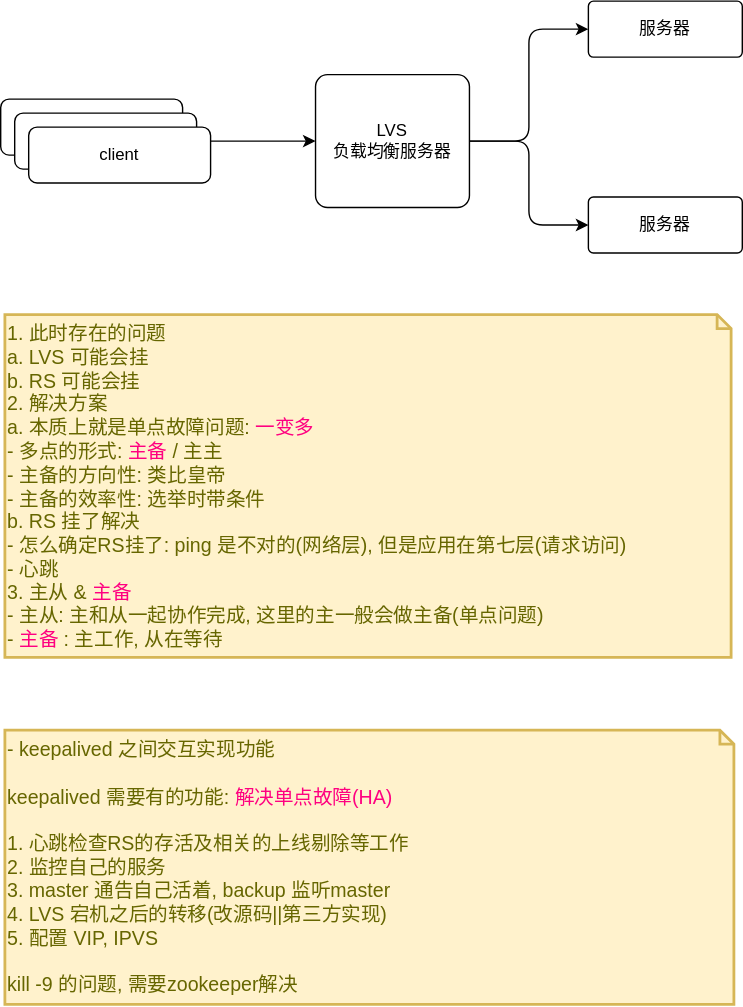
This is diagrams/lb/keepalived/01.overview.svg from Alice52/diagrams, a draw.io export, as it was before one commit. Source tidied: cells renumbered, new cells last; positions are measured from the earlier drawing's top-left corner, leaving out a move shared by most shapes.
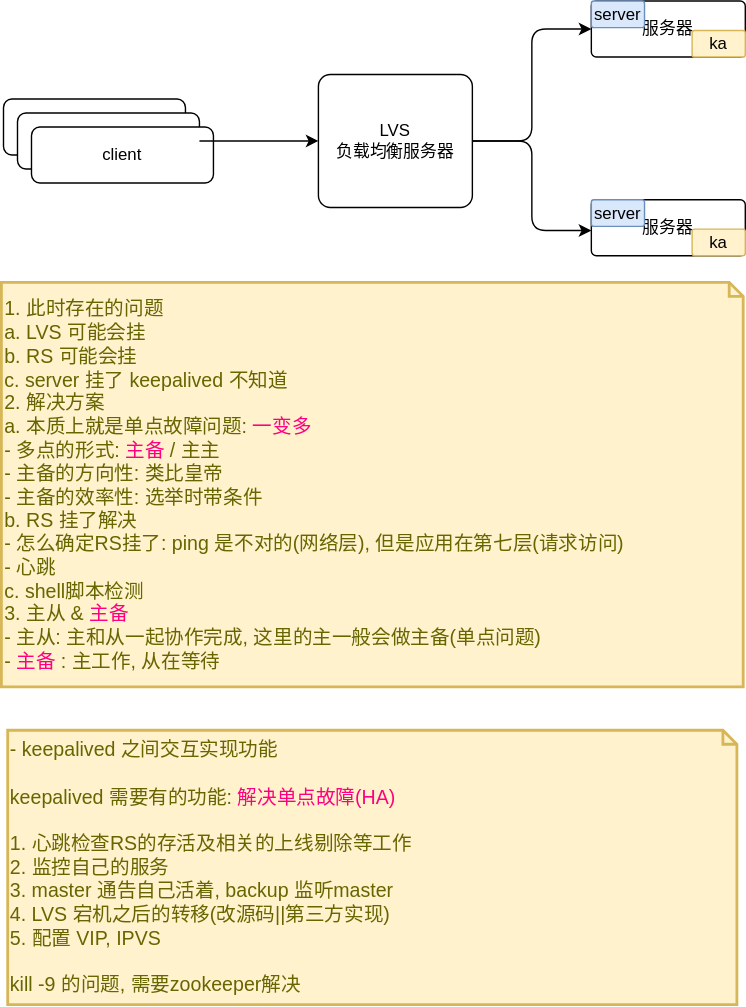
After the change.

What changed in the source:
```diff
@@ -2,22 +2,19 @@
   <root>
     <mxCell id="0" />
     <mxCell id="1" parent="0" />
-    <mxCell id="2" style="group;" parent="1" vertex="1">
-      <mxGeometry width="530" height="180" as="geometry" />
-    </mxCell>
-    <mxCell id="3" style="edgeStyle=orthogonalEdgeStyle;rounded=0;jettySize=auto;html=1;exitX=1;exitY=0.5;exitDx=0;exitDy=0;entryX=0;entryY=0.5;entryDx=0;entryDy=0;" parent="2" edge="1" source="9" target="6">
-      <mxGeometry relative="1" as="geometry" />
-    </mxCell>
-    <mxCell id="4" value="服务器" style="rounded=1;whiteSpace=wrap;html=1;arcSize=9;" parent="2" vertex="1">
-      <mxGeometry x="420" width="110" height="40" as="geometry" />
-    </mxCell>
-    <mxCell id="5" style="edgeStyle=orthogonalEdgeStyle;jettySize=auto;html=1;entryX=0;entryY=0.5;entryDx=0;entryDy=0;rounded=1;" parent="2" edge="1" source="6" target="4">
-      <mxGeometry relative="1" as="geometry" />
-    </mxCell>
+    <mxCell id="13" value="1. 此时存在的问题&lt;br&gt;&amp;nbsp; &amp;nbsp; a. LVS 可能会挂&lt;br&gt;&amp;nbsp; &amp;nbsp; b. RS 可能会挂&lt;br&gt;&amp;nbsp; &amp;nbsp; c. server 挂了 keepalived 不知道&lt;br&gt;2. 解决方案&lt;br&gt;&amp;nbsp; &amp;nbsp; a. 本质上就是单点故障问题: &lt;font color=&quot;#ff0080&quot;&gt;一变多&lt;/font&gt;&lt;br&gt;&amp;nbsp; &amp;nbsp; &amp;nbsp; &amp;nbsp; &amp;nbsp; - 多点的形式: &lt;font color=&quot;#ff0080&quot;&gt;主备&lt;/font&gt; / 主主&lt;br&gt;&amp;nbsp; &amp;nbsp; &amp;nbsp; &amp;nbsp; &amp;nbsp; - 主备的方向性: 类比皇帝&lt;br&gt;&amp;nbsp; &amp;nbsp; &amp;nbsp; &amp;nbsp; &amp;nbsp; - 主备的效率性: 选举时带条件&lt;br&gt;&amp;nbsp; &amp;nbsp; b. RS 挂了解决&lt;br&gt;&amp;nbsp; &amp;nbsp; &amp;nbsp; &amp;nbsp; &amp;nbsp; - 怎么确定RS挂了: ping 是不对的(网络层), 但是应用在第七层(请求访问)&lt;br&gt;&amp;nbsp; &amp;nbsp; &amp;nbsp; &amp;nbsp; &amp;nbsp; - 心跳&lt;br&gt;&amp;nbsp; &amp;nbsp; &amp;nbsp;c. shell脚本检测&lt;br&gt;3. 主从 &amp;amp;&amp;nbsp;&lt;font color=&quot;#ff0080&quot;&gt;主备&lt;/font&gt;&amp;nbsp;&lt;br&gt;&amp;nbsp; &amp;nbsp; - 主从: 主和从一起协作完成, 这里的主一般会做主备(单点问题)&lt;br&gt;&amp;nbsp; &amp;nbsp; -&amp;nbsp;&lt;font color=&quot;#ff0080&quot;&gt;主备&lt;/font&gt;: 主工作, 从在等待&lt;font color=&quot;#ff0080&quot;&gt;&lt;br&gt;&amp;nbsp;&lt;/font&gt;" style="shape=note;strokeWidth=2;fontSize=14;size=10;whiteSpace=wrap;html=1;fillColor=#fff2cc;strokeColor=#d6b656;fontColor=#666600;align=left;" parent="1" vertex="1">
+      <mxGeometry x="-1.5" y="201" width="530" height="289" as="geometry" />
+    </mxCell>
+    <mxCell id="14" value="- keepalived&amp;nbsp;之间交互实现功能&lt;br&gt;&lt;br&gt;keepalived 需要有的功能: &lt;font color=&quot;#ff0080&quot;&gt;解决单点故障(HA)&lt;/font&gt;&lt;br&gt;&lt;br&gt;&amp;nbsp; &amp;nbsp;1. 心跳检查RS的存活及相关的上线剔除等工作&lt;br&gt;&amp;nbsp; &amp;nbsp;2. 监控自己的服务&lt;br&gt;&amp;nbsp; &amp;nbsp;3. master 通告自己活着, backup 监听master&lt;br&gt;&amp;nbsp; &amp;nbsp;4. LVS 宕机之后的转移(改源码||第三方实现)&lt;br&gt;&amp;nbsp; &amp;nbsp;5. 配置 VIP, IPVS&lt;br&gt;&lt;br&gt;kill -9 的问题, 需要zookeeper解决" style="shape=note;strokeWidth=2;fontSize=14;size=10;whiteSpace=wrap;html=1;fillColor=#fff2cc;strokeColor=#d6b656;fontColor=#666600;align=left;" parent="1" vertex="1">
+      <mxGeometry x="3" y="521" width="521" height="196" as="geometry" />
+    </mxCell>
+    <mxCell id="15" style="group;" parent="1" vertex="1">
+      <mxGeometry width="530" height="182" as="geometry" />
+    </mxCell>
-    <mxCell id="6" value="LVS&lt;br&gt;负载均衡服务器" style="rounded=1;whiteSpace=wrap;html=1;arcSize=9;" parent="2" vertex="1">
+    <mxCell id="6" value="LVS&lt;br&gt;负载均衡服务器" style="rounded=1;whiteSpace=wrap;html=1;arcSize=9;" parent="15" vertex="1">
       <mxGeometry x="225" y="52.5" width="110" height="95" as="geometry" />
     </mxCell>
-    <mxCell id="7" style="group;" parent="2" vertex="1">
+    <mxCell id="7" style="group;" parent="15" vertex="1">
       <mxGeometry y="70" width="150" height="60" as="geometry" />
     </mxCell>
     <mxCell id="8" value="client" style="rounded=1;whiteSpace=wrap;html=1;" parent="7" vertex="1">
@@ -29,17 +26,38 @@
     <mxCell id="10" value="client" style="rounded=1;whiteSpace=wrap;html=1;" parent="7" vertex="1">
       <mxGeometry x="20" y="20" width="130" height="40" as="geometry" />
     </mxCell>
+    <mxCell id="3" style="edgeStyle=orthogonalEdgeStyle;rounded=0;jettySize=auto;html=1;exitX=1;exitY=0.5;exitDx=0;exitDy=0;entryX=0;entryY=0.5;entryDx=0;entryDy=0;" parent="15" edge="1" source="9" target="6">
+      <mxGeometry as="geometry" />
+    </mxCell>
+    <mxCell id="12" style="edgeStyle=orthogonalEdgeStyle;rounded=1;jettySize=auto;html=1;entryX=0;entryY=0.55;entryDx=0;entryDy=0;entryPerimeter=0;" parent="15" edge="1" source="6" target="11">
+      <mxGeometry as="geometry" />
+    </mxCell>
+    <mxCell id="16" style="group;" parent="15" vertex="1">
+      <mxGeometry x="420" width="110" height="40" as="geometry" />
+    </mxCell>
+    <mxCell id="4" value="服务器" style="rounded=1;whiteSpace=wrap;html=1;arcSize=9;" parent="16" vertex="1">
+      <mxGeometry width="110" height="40" as="geometry" />
+    </mxCell>
+    <mxCell id="17" value="ka" style="rounded=1;whiteSpace=wrap;html=1;arcSize=9;fillColor=#fff2cc;strokeColor=#d6b656;" parent="16" vertex="1">
+      <mxGeometry x="72" y="21" width="38" height="19" as="geometry" />
+    </mxCell>
+    <mxCell id="18" value="server" style="rounded=1;whiteSpace=wrap;html=1;arcSize=9;fillColor=#dae8fc;strokeColor=#6c8ebf;" parent="16" vertex="1">
+      <mxGeometry width="38" height="19" as="geometry" />
+    </mxCell>
+    <mxCell id="5" style="edgeStyle=orthogonalEdgeStyle;jettySize=auto;html=1;entryX=0;entryY=0.5;entryDx=0;entryDy=0;rounded=1;" parent="15" edge="1" source="6" target="4">
+      <mxGeometry as="geometry" />
+    </mxCell>
+    <mxCell id="19" style="group;" parent="15" vertex="1">
+      <mxGeometry x="420" y="142" width="110" height="40" as="geometry" />
+    </mxCell>
-    <mxCell id="11" value="服务器" style="rounded=1;whiteSpace=wrap;html=1;arcSize=9;" parent="2" vertex="1">
-      <mxGeometry x="420" y="140" width="110" height="40" as="geometry" />
+    <mxCell id="11" value="服务器" style="rounded=1;whiteSpace=wrap;html=1;arcSize=9;" parent="19" vertex="1">
+      <mxGeometry width="110" height="40" as="geometry" />
     </mxCell>
-    <mxCell id="12" style="edgeStyle=orthogonalEdgeStyle;rounded=1;jettySize=auto;html=1;" parent="2" edge="1" source="6" target="11">
-      <mxGeometry relative="1" as="geometry" />
-    </mxCell>
-    <mxCell id="13" value="1. 此时存在的问题&lt;br&gt;&amp;nbsp; &amp;nbsp; a. LVS 可能会挂&lt;br&gt;&amp;nbsp; &amp;nbsp; b. RS 可能会挂&lt;br&gt;2. 解决方案&lt;br&gt;&amp;nbsp; &amp;nbsp; a. 本质上就是单点故障问题: &lt;font color=&quot;#ff0080&quot;&gt;一变多&lt;/font&gt;&lt;br&gt;&amp;nbsp; &amp;nbsp; &amp;nbsp; &amp;nbsp; &amp;nbsp; - 多点的形式: &lt;font color=&quot;#ff0080&quot;&gt;主备&lt;/font&gt; / 主主&lt;br&gt;&amp;nbsp; &amp;nbsp; &amp;nbsp; &amp;nbsp; &amp;nbsp; - 主备的方向性: 类比皇帝&lt;br&gt;&amp;nbsp; &amp;nbsp; &amp;nbsp; &amp;nbsp; &amp;nbsp; - 主备的效率性: 选举时带条件&lt;br&gt;&amp;nbsp; &amp;nbsp; b. RS 挂了解决&lt;br&gt;&amp;nbsp; &amp;nbsp; &amp;nbsp; &amp;nbsp; &amp;nbsp; - 怎么确定RS挂了: ping 是不对的(网络层), 但是应用在第七层(请求访问)&lt;br&gt;&amp;nbsp; &amp;nbsp; &amp;nbsp; &amp;nbsp; &amp;nbsp; - 心跳&lt;br&gt;3. 主从 &amp;amp;&amp;nbsp;&lt;font color=&quot;#ff0080&quot;&gt;主备&lt;/font&gt;&amp;nbsp;&lt;br&gt;&amp;nbsp; &amp;nbsp; - 主从: 主和从一起协作完成, 这里的主一般会做主备(单点问题)&lt;br&gt;&amp;nbsp; &amp;nbsp; -&amp;nbsp;&lt;font color=&quot;#ff0080&quot;&gt;主备&lt;/font&gt;: 主工作, 从在等待&lt;font color=&quot;#ff0080&quot;&gt;&lt;br&gt;&amp;nbsp;&lt;/font&gt;" style="shape=note;strokeWidth=2;fontSize=14;size=10;whiteSpace=wrap;html=1;fillColor=#fff2cc;strokeColor=#d6b656;fontColor=#666600;align=left;" parent="1" vertex="1">
-      <mxGeometry x="3" y="224" width="519" height="245" as="geometry" />
-    </mxCell>
-    <mxCell id="14" value="- keepalived&amp;nbsp;之间交互实现功能&lt;br&gt;&lt;br&gt;keepalived 需要有的功能: &lt;font color=&quot;#ff0080&quot;&gt;解决单点故障(HA)&lt;/font&gt;&lt;br&gt;&lt;br&gt;&amp;nbsp; &amp;nbsp;1. 心跳检查RS的存活及相关的上线剔除等工作&lt;br&gt;&amp;nbsp; &amp;nbsp;2. 监控自己的服务&lt;br&gt;&amp;nbsp; &amp;nbsp;3. master 通告自己活着, backup 监听master&lt;br&gt;&amp;nbsp; &amp;nbsp;4. LVS 宕机之后的转移(改源码||第三方实现)&lt;br&gt;&amp;nbsp; &amp;nbsp;5. 配置 VIP, IPVS&lt;br&gt;&lt;br&gt;kill -9 的问题, 需要zookeeper解决" style="shape=note;strokeWidth=2;fontSize=14;size=10;whiteSpace=wrap;html=1;fillColor=#fff2cc;strokeColor=#d6b656;fontColor=#666600;align=left;" parent="1" vertex="1">
-      <mxGeometry x="3" y="521" width="521" height="196" as="geometry" />
-    </mxCell>
+    <mxCell id="20" value="ka" style="rounded=1;whiteSpace=wrap;html=1;arcSize=9;fillColor=#fff2cc;strokeColor=#d6b656;" parent="19" vertex="1">
+      <mxGeometry x="72" y="21" width="38" height="19" as="geometry" />
+    </mxCell>
+    <mxCell id="21" value="server" style="rounded=1;whiteSpace=wrap;html=1;arcSize=9;fillColor=#dae8fc;strokeColor=#6c8ebf;" parent="19" vertex="1">
+      <mxGeometry width="38" height="19" as="geometry" />
+    </mxCell>
   </root>
 </mxGraphModel>
```
